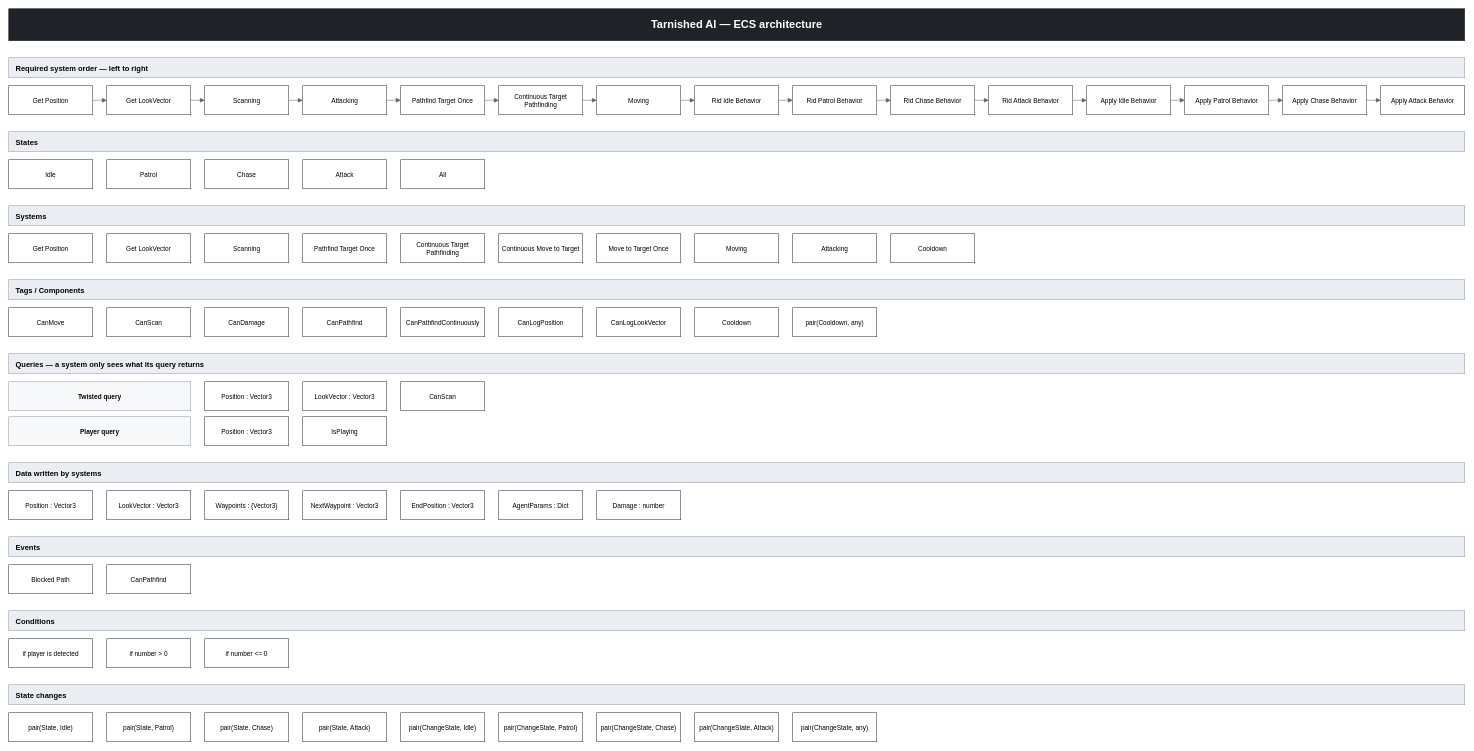
Earlier version of the draw.io diagram TTA_ECS.drawio (herfdiug/tta-ecs). Source tidied: cells renumbered, new cells numbered last; positions are measured from the earlier drawing's top-left corner, leaving out a move shared by most shapes. Both pictures are drawn from the tidied source at 50%, with x=0, y=0 at pixel (8, 8).
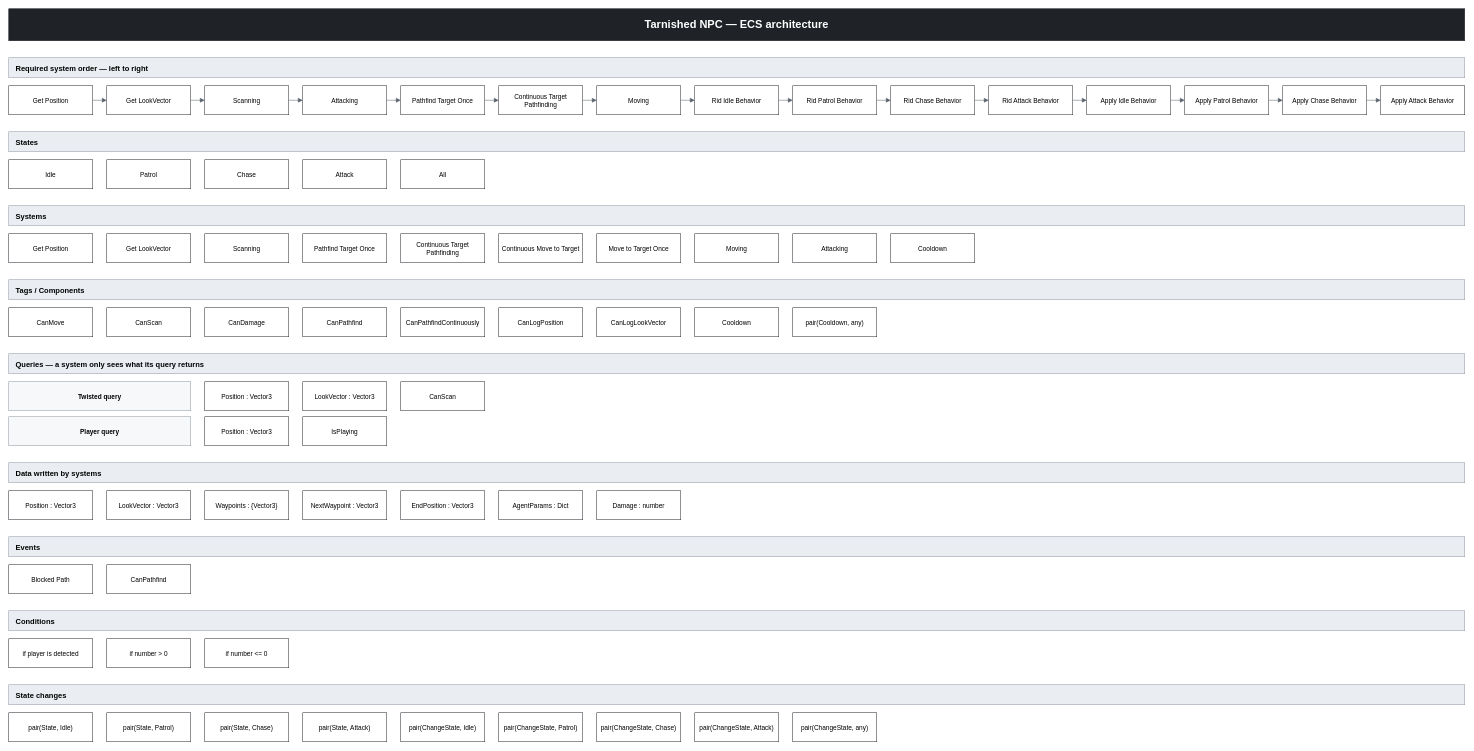
Above is the later version.

Commit message (it also covers changes not shown here):
Diagram title: Tarnished NPC, and the ninth src file documented

Change to the diagram source:
```diff
@@
-    <mxCell id="2" value="Tarnished AI — ECS architecture" style="rounded=0;whiteSpace=wrap;html=1;fontSize=22;fontStyle=1;fillColor=#1f2328;fontColor=#ffffff;strokeColor=#1f2328;" parent="1" vertex="1">
+    <mxCell id="2" value="Tarnished NPC — ECS architecture" style="rounded=0;whiteSpace=wrap;html=1;fontSize=22;fontStyle=1;fillColor=#1f2328;fontColor=#ffffff;strokeColor=#1f2328;" parent="1" vertex="1">
       <mxGeometry width="2912" height="64" as="geometry" />
     </mxCell>
```
